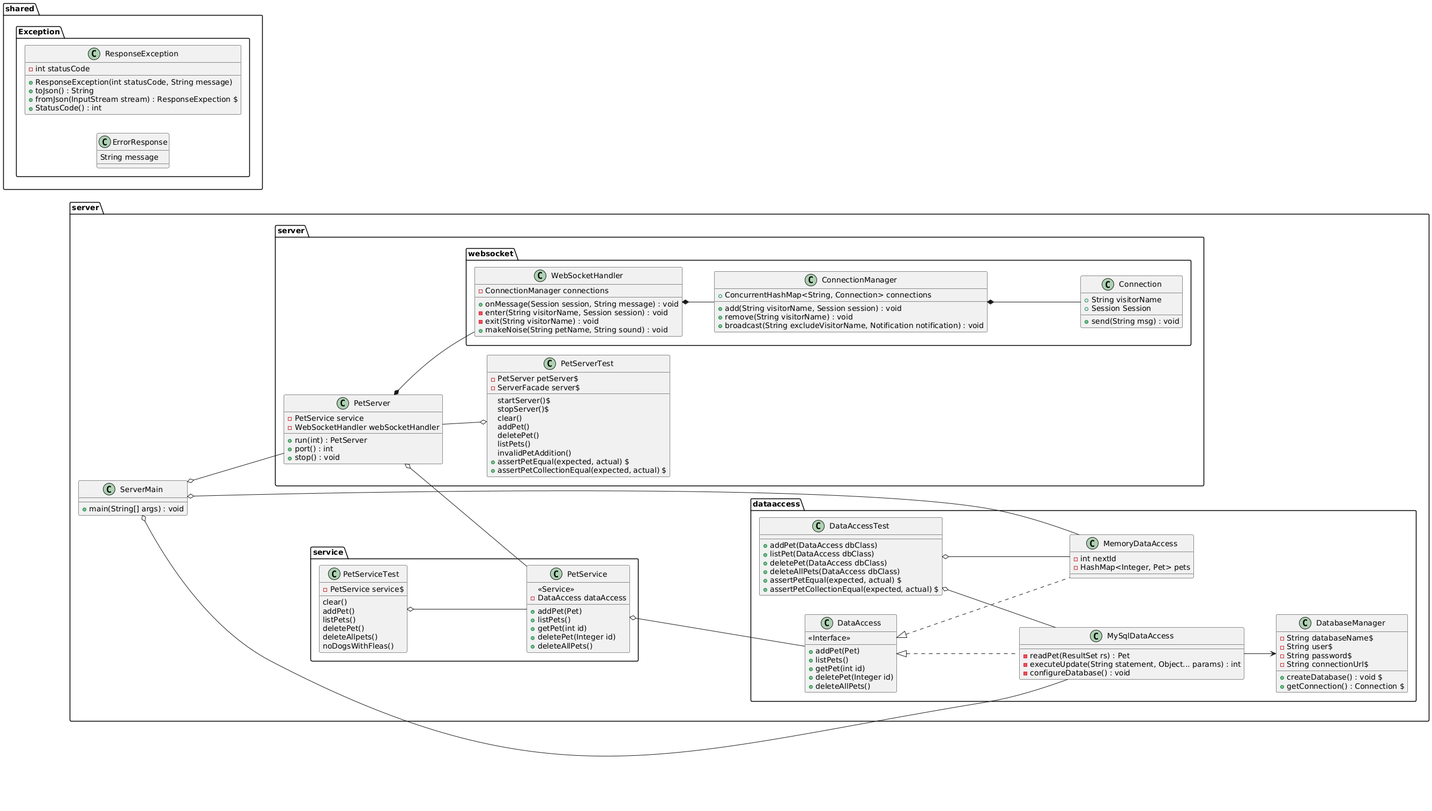
softwareconstruction240/softwareconstruction keeps this PlantUML diagram as petshop/server/docs/img/class-diagram-complete.png. Above is the earlier version.
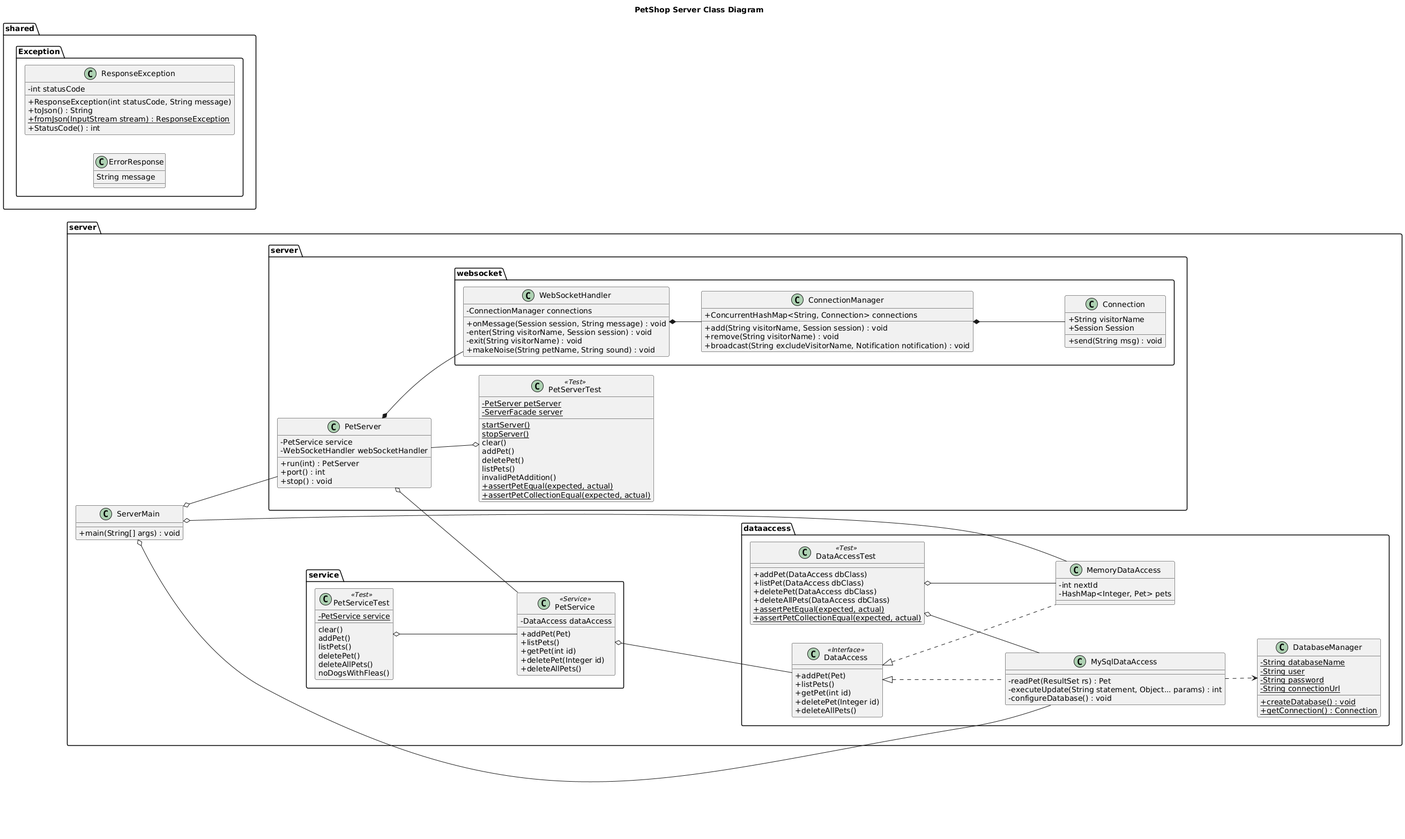
After the commit.

Commit message:
Update diagrams as well (with eye on maintainability)

Change to the diagram source:
```diff
@@ -1,5 +1,9 @@
 @startuml
 left to right direction
+skinparam classAttributeIconSize 0
+
+
+title PetShop Server Class Diagram
 
 package "server" {
     class ServerMain {
@@ -16,18 +20,18 @@
         +stop() : void
     }
 
-    class PetServerTest {
-        -PetServer petServer$
-        -ServerFacade server$
-        startServer()$
-        stopServer()$
+    class PetServerTest <<Test>> {
+        {static} -PetServer petServer
+        {static} -ServerFacade server
+        {static} startServer()
+        {static} stopServer()
         clear()
         addPet()
         deletePet()
         listPets()
         invalidPetAddition()
-        +assertPetEqual(expected, actual) $
-        +assertPetCollectionEqual(expected, actual) $
+        {static} +assertPetEqual(expected, actual)
+        {static} +assertPetCollectionEqual(expected, actual)
     }
 }
 
@@ -55,8 +59,7 @@
 }
 
 package "server.service" {
-    class PetService {
-        <<Service>>
+    class PetService <<Service>> {
         -DataAccess dataAccess
         +addPet(Pet)
         +listPets()
@@ -65,20 +68,19 @@
         +deleteAllPets()
     }
 
-    class PetServiceTest {
-        -PetService service$
+    class PetServiceTest <<Test>> {
+        {static} -PetService service
         clear()
         addPet()
         listPets()
         deletePet()
-        deleteAllpets()
+        deleteAllPets()
         noDogsWithFleas()
     }
 }
 
 package "server.dataaccess" {
-    class DataAccess {
-        <<Interface>>
+    class DataAccess <<Interface>> {
         +addPet(Pet)
         +listPets()
         +getPet(int id)
@@ -98,21 +100,21 @@
     }
 
     class DatabaseManager {
-        -String databaseName$
-        -String user$
-        -String password$
-        -String connectionUrl$
-        +createDatabase() : void $
-        +getConnection() : Connection $
+        {static} -String databaseName
+        {static} -String user
+        {static} -String password
+        {static} -String connectionUrl
+        {static} +createDatabase() : void
+        {static} +getConnection() : Connection
     }
 
-    class DataAccessTest {
+    class DataAccessTest <<Test>> {
         +addPet(DataAccess dbClass)
         +listPet(DataAccess dbClass)
         +deletePet(DataAccess dbClass)
         +deleteAllPets(DataAccess dbClass)
-        +assertPetEqual(expected, actual) $
-        +assertPetCollectionEqual(expected, actual) $
+        {static} +assertPetEqual(expected, actual)
+        {static} +assertPetCollectionEqual(expected, actual)
     }
 }
 
@@ -125,7 +127,7 @@
         -int statusCode
         +ResponseException(int statusCode, String message)
         +toJson() : String
-        +fromJson(InputStream stream) : ResponseExpection $
+        {static} +fromJson(InputStream stream) : ResponseException
         +StatusCode() : int
     }
 }
@@ -134,7 +136,7 @@
 DataAccess <|.. MySqlDataAccess
 DataAccessTest o-- MemoryDataAccess
 DataAccessTest o-- MySqlDataAccess
-MySqlDataAccess --> DatabaseManager
+MySqlDataAccess ..> DatabaseManager
 
 PetService o-- DataAccess
 PetServiceTest o-- PetService
```
